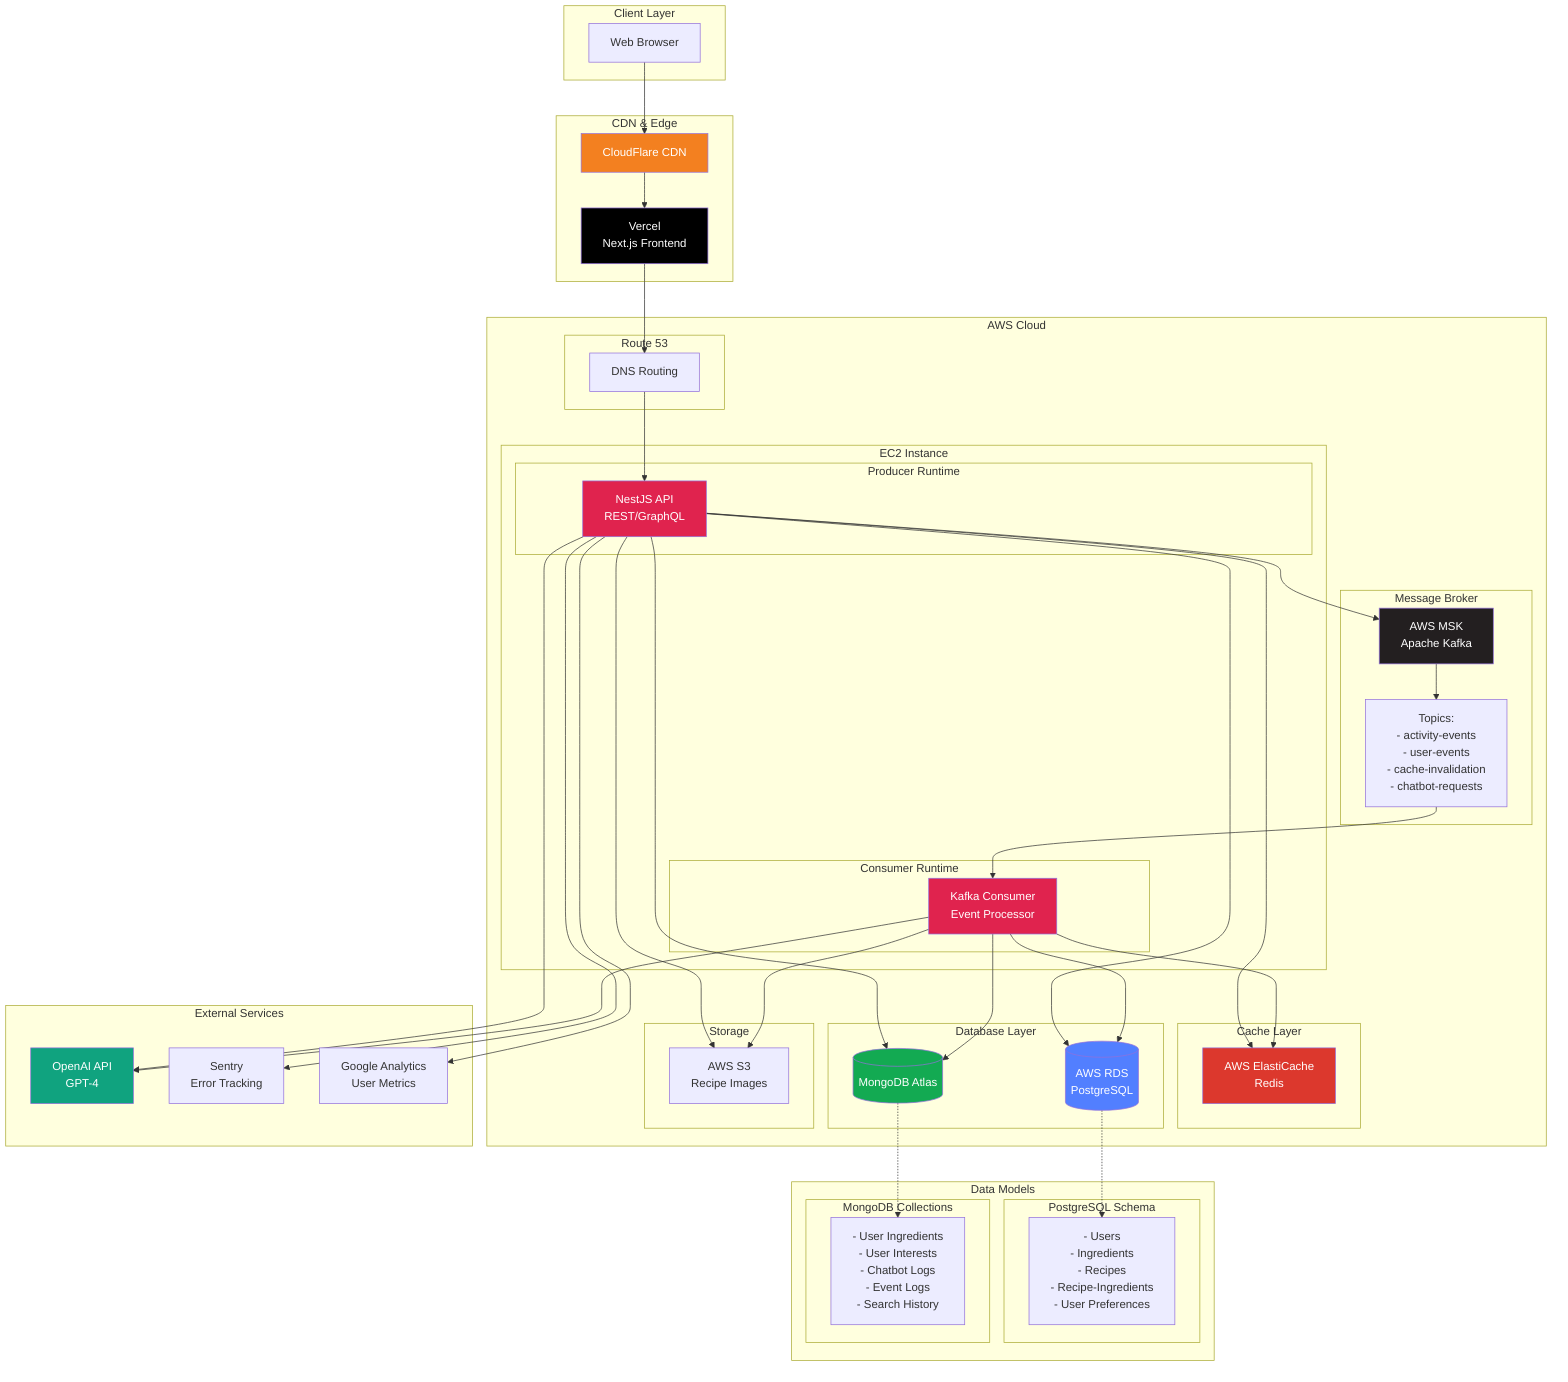
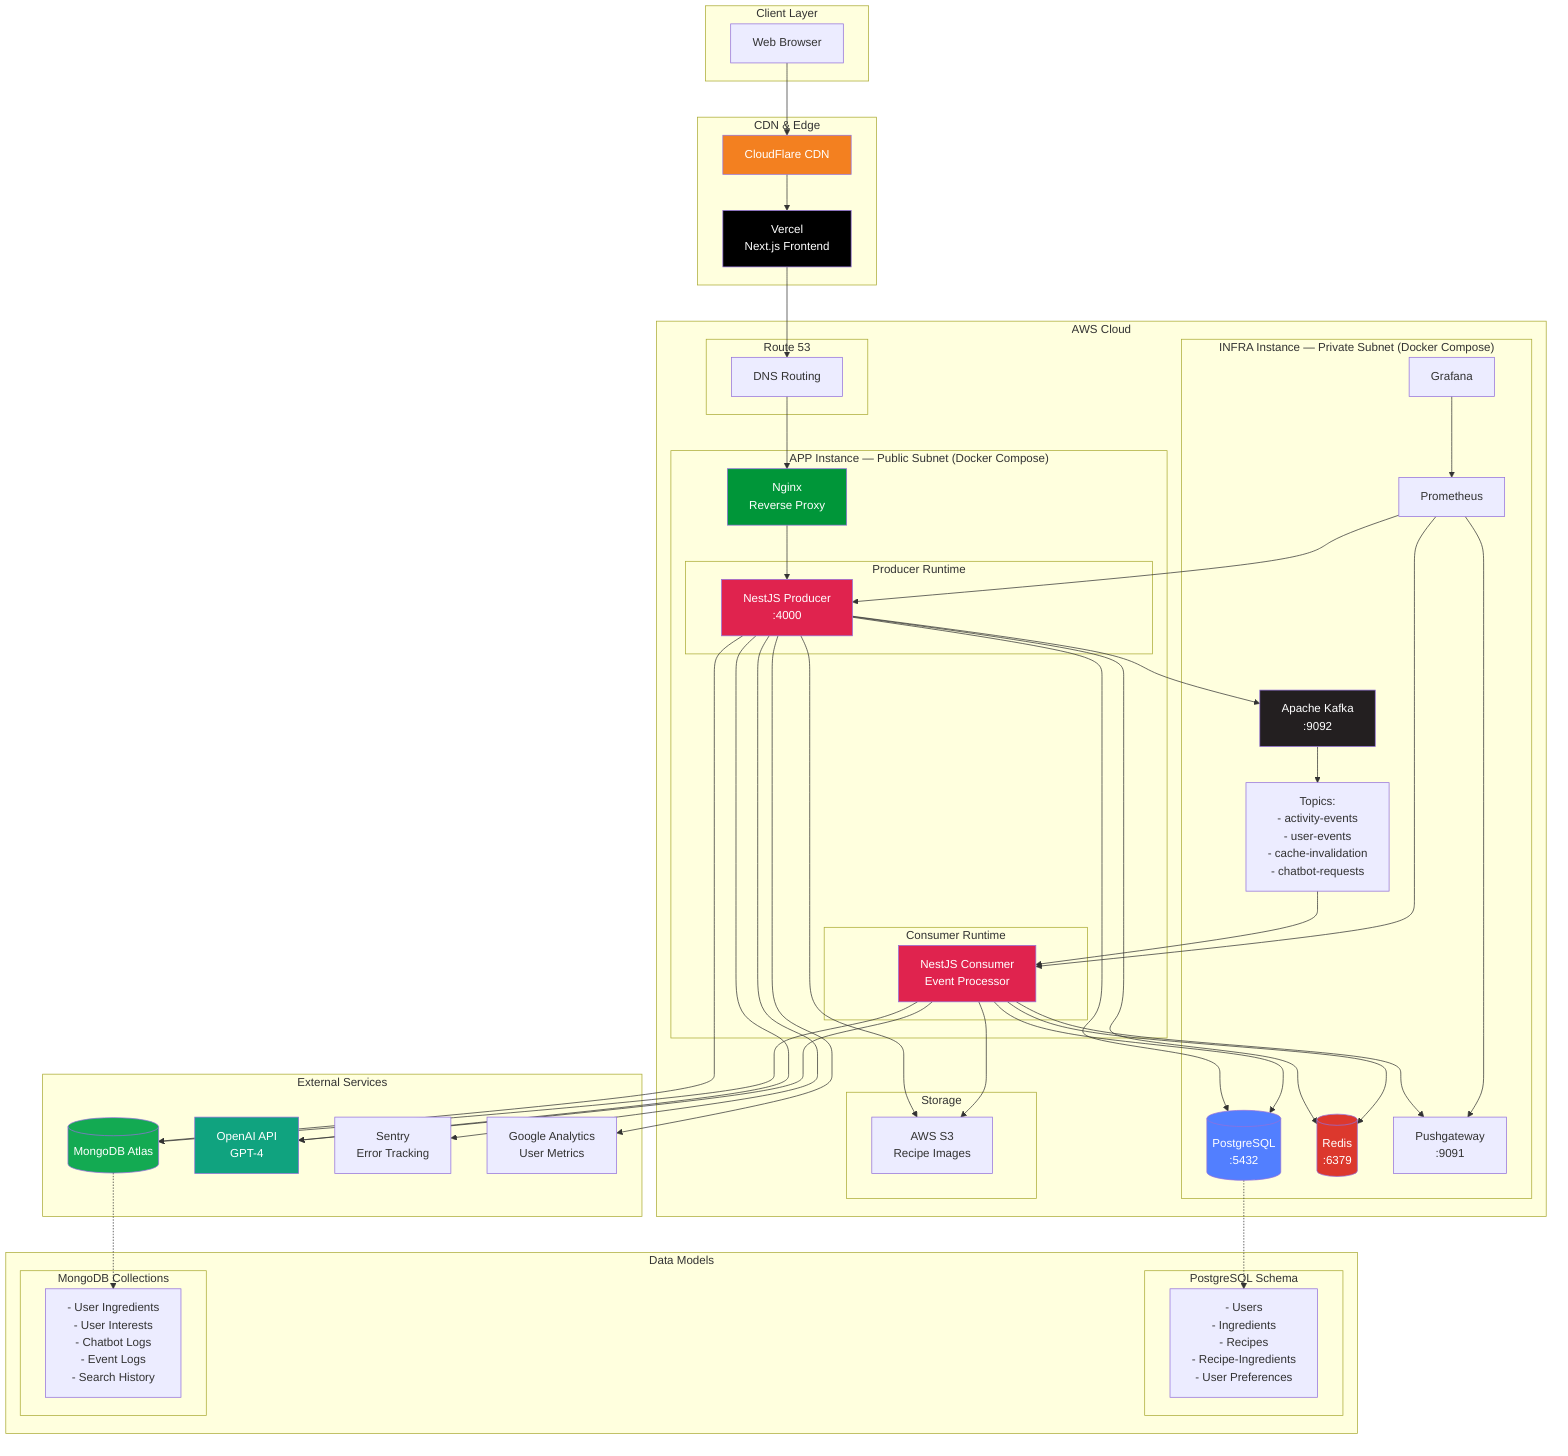
graph TB
    subgraph "Client Layer"
        WEB[Web Browser]
    end

    subgraph "CDN & Edge"
        CF[CloudFlare CDN]
        VERCEL[Vercel<br/>Next.js Frontend]
    end

    subgraph "AWS Cloud"
        subgraph "Route 53"
            R53[DNS Routing]
        end

-         subgraph "EC2 Instance"
+         subgraph "APP Instance — Public Subnet (Docker Compose)"
+             NGINX[Nginx<br/>Reverse Proxy]
            subgraph "Producer Runtime"
-                 API[NestJS API<br/>REST/GraphQL]
+                 API[NestJS Producer<br/>:4000]
            end
            subgraph "Consumer Runtime"
-                 CONSUMER[Kafka Consumer<br/>Event Processor]
+                 CONSUMER[NestJS Consumer<br/>Event Processor]
            end
        end

-         subgraph "Message Broker"
-             MSK[AWS MSK<br/>Apache Kafka]
+         subgraph "INFRA Instance — Private Subnet (Docker Compose)"
+             PG[(PostgreSQL<br/>:5432)]
+             REDIS[(Redis<br/>:6379)]
+             KAFKA[Apache Kafka<br/>:9092]
            TOPICS["Topics:<br/>- activity-events<br/>- user-events<br/>- cache-invalidation<br/>- chatbot-requests"]
-         end
- 
-         subgraph "Cache Layer"
-             REDIS[AWS ElastiCache<br/>Redis]
-         end
- 
-         subgraph "Database Layer"
-             RDS[(AWS RDS<br/>PostgreSQL)]
-             MONGO[(MongoDB Atlas)]
+             PROM[Prometheus]
+             PGW[Pushgateway<br/>:9091]
+             GRAFANA[Grafana]
        end

        subgraph "Storage"
            S3[AWS S3<br/>Recipe Images]
        end
    end

    subgraph "External Services"
+         MONGO[(MongoDB Atlas)]
        OPENAI[OpenAI API<br/>GPT-4]
        SENTRY[Sentry<br/>Error Tracking]
        GA[Google Analytics<br/>User Metrics]
    end

    subgraph "Data Models"
        subgraph "PostgreSQL Schema"
            SQL_DATA["- Users<br/>- Ingredients<br/>- Recipes<br/>- Recipe-Ingredients<br/>- User Preferences"]
        end
        subgraph "MongoDB Collections"
            NOSQL_DATA["- User Ingredients<br/>- User Interests<br/>- Chatbot Logs<br/>- Event Logs<br/>- Search History"]
        end
    end

    %% Client Connections
    WEB --> CF
    CF --> VERCEL
    VERCEL --> R53
-     R53 --> API
+     R53 --> NGINX
+     NGINX --> API

    %% API Connections
    API --> REDIS
-     API --> RDS
+     API --> PG
    API --> MONGO
-     API --> MSK
+     API --> KAFKA
    API --> S3
    API --> OPENAI
    API --> SENTRY
    API --> GA

    %% Kafka Flow
-     MSK --> TOPICS
+     KAFKA --> TOPICS
    TOPICS --> CONSUMER

    %% Consumer Connections
    CONSUMER --> REDIS
-     CONSUMER --> RDS
+     CONSUMER --> PG
    CONSUMER --> MONGO
    CONSUMER --> OPENAI
    CONSUMER --> S3
+     CONSUMER --> PGW
+ 
+     %% Monitoring (Prometheus scrapes APP Instance metrics)
+     PROM --> API
+     PROM --> CONSUMER
+     PROM --> PGW
+     GRAFANA --> PROM

    %% Data Model References
-     RDS -.-> SQL_DATA
+     PG -.-> SQL_DATA
    MONGO -.-> NOSQL_DATA

    style VERCEL fill:#000000,color:#fff
    style API fill:#e0234e,color:#fff
    style CONSUMER fill:#e0234e,color:#fff
-     style MSK fill:#231f20,color:#fff
+     style KAFKA fill:#231f20,color:#fff
    style REDIS fill:#dc382d,color:#fff
-     style RDS fill:#527fff,color:#fff
+     style PG fill:#527fff,color:#fff
    style MONGO fill:#13aa52,color:#fff
    style OPENAI fill:#10a37f,color:#fff
-     style CF fill:#f38020,color:#fff+     style CF fill:#f38020,color:#fff
+     style NGINX fill:#009639,color:#fff
